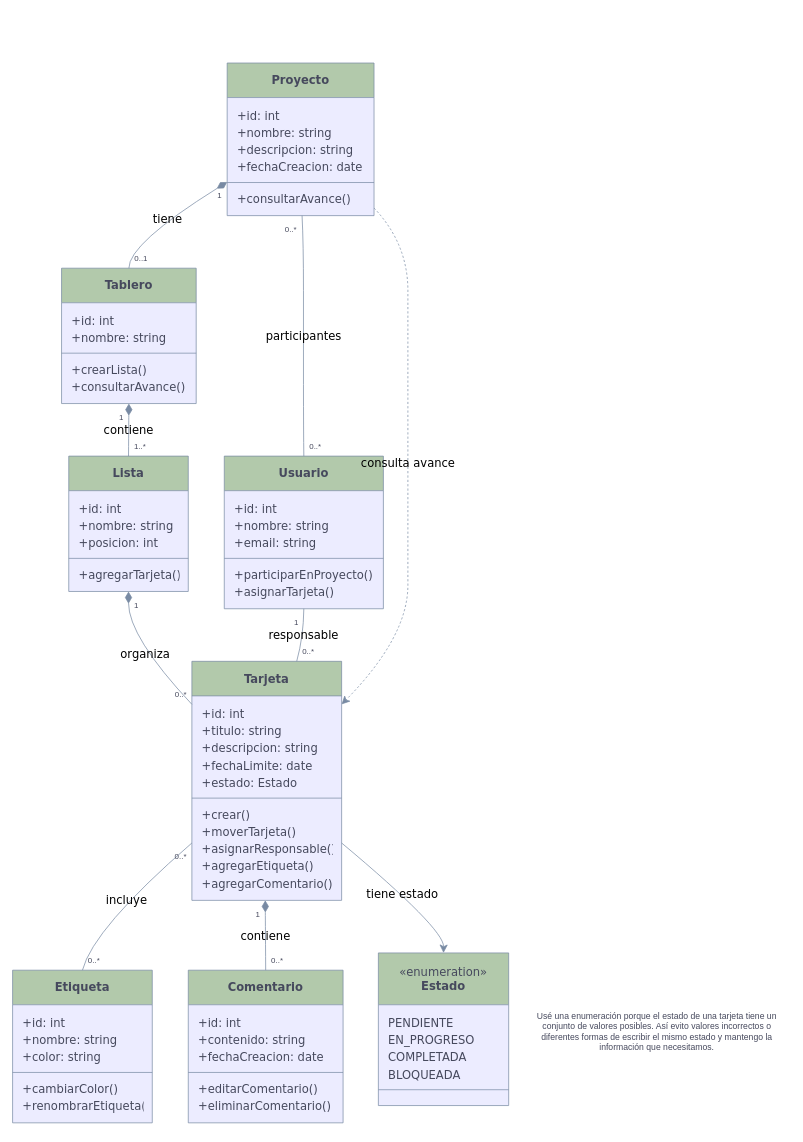
Earlier version of the draw.io diagram uml/trello.drawio (don-python/Gestion-de-Proyectos-Tipo-Trello-). Source tidied: cells renumbered, new cells numbered last; positions are measured from the earlier drawing's top-left corner, leaving out a move shared by most shapes. Both pictures are drawn from the tidied source at 72%, with x=0, y=0 at pixel (12, 12).
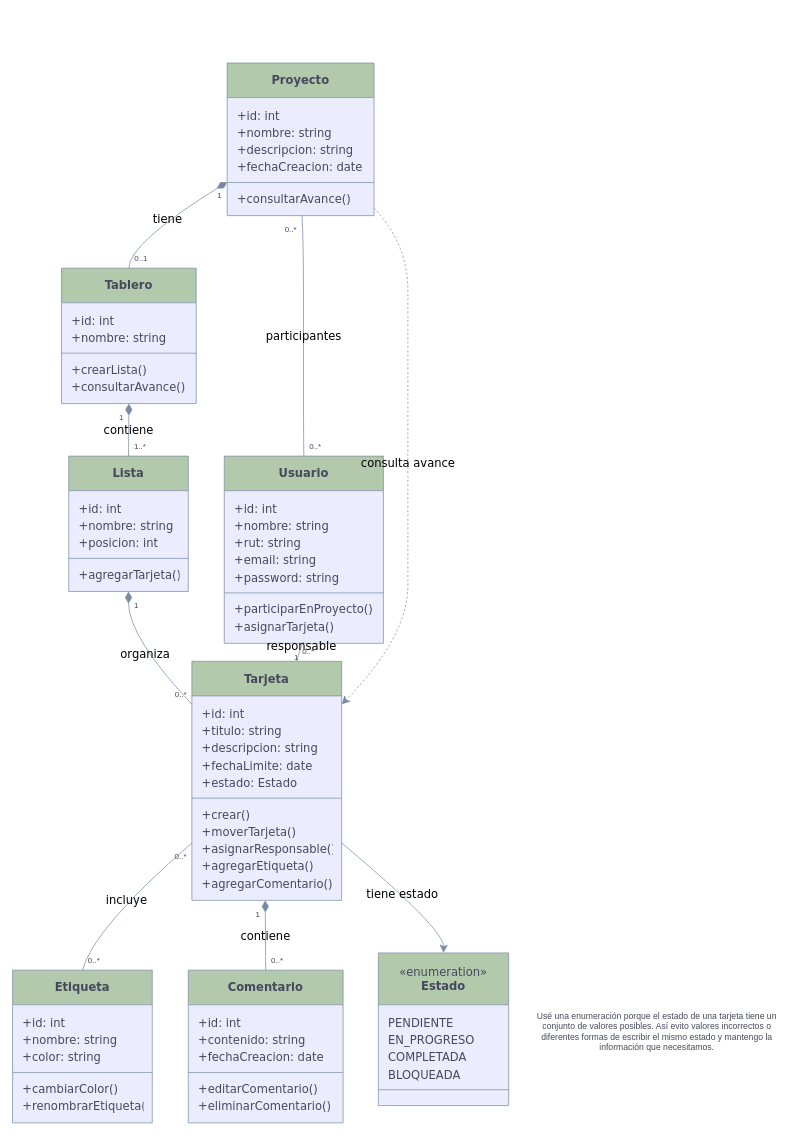
Above is the later version.

The change refers to these unchanged cells:
```xml
<mxCell id="2" style="group;transparentBounds=1;editIcon=1;lockedGroup=0;groupPadding=10;labelBackgroundColor=none;fontColor=#46495D;" parent="1" vertex="1">
  <mxGeometry x="390" height="1552" as="geometry" />
</mxCell>
```

What changed in the source:
```diff
@@
     <mxCell id="34" value="&lt;b&gt;Usuario&lt;/b&gt;" style="swimlane;html=1;fontStyle=0;fontSize=16;align=center;verticalAlign=middle;horizontal=1;startSize=48;swimlaneFillColor=light-dark(#ECECFF,#1f2020);whiteSpace=wrap;fillColor=#B2C9AB;strokeColor=#788AA3;fontColor=#46495D;fontFamily=Trebuchet MS,Verdana,Arial,sans-serif;labelBackgroundColor=none;" parent="2" vertex="1">
-      <mxGeometry x="-96" y="616" width="221" height="212" as="geometry" />
+      <mxGeometry x="-96" y="616" width="221" height="260" as="geometry" />
     </mxCell>
@@
-    <mxCell id="37" value="+email: string" style="text;fontSize=16;strokeColor=none;fillColor=none;align=left;verticalAlign=middle;spacingLeft=12;spacingRight=12;overflow=hidden;fontFamily=Trebuchet MS,Verdana,Arial,sans-serif;fontColor=#46495D;labelBackgroundColor=none;" parent="34" vertex="1">
+    <mxCell id="37" value="+rut: string" style="text;fontSize=16;strokeColor=none;fillColor=none;align=left;verticalAlign=middle;spacingLeft=12;spacingRight=12;overflow=hidden;fontFamily=Trebuchet MS,Verdana,Arial,sans-serif;fontColor=#46495D;labelBackgroundColor=none;" parent="34" vertex="1">
       <mxGeometry y="108" width="221" height="24" as="geometry" />
     </mxCell>
+    <mxCell id="85" value="+email: string" style="text;fontSize=16;strokeColor=none;fillColor=none;align=left;verticalAlign=middle;spacingLeft=12;spacingRight=12;overflow=hidden;fontFamily=Trebuchet MS,Verdana,Arial,sans-serif;fontColor=#46495D;labelBackgroundColor=none;" parent="34" vertex="1">
+      <mxGeometry y="132" width="221" height="24" as="geometry" />
+    </mxCell>
+    <mxCell id="86" value="+password: string" style="text;fontSize=16;strokeColor=none;fillColor=none;align=left;verticalAlign=middle;spacingLeft=12;spacingRight=12;overflow=hidden;fontFamily=Trebuchet MS,Verdana,Arial,sans-serif;fontColor=#46495D;labelBackgroundColor=none;" parent="34" vertex="1">
+      <mxGeometry y="156" width="221" height="24" as="geometry" />
+    </mxCell>
     <mxCell id="38" style="line;strokeWidth=1;fillColor=none;spacingLeft=3;spacingRight=3;strokeColor=#788AA3;labelBackgroundColor=none;fontColor=#46495D;" parent="34" vertex="1">
-      <mxGeometry y="132" width="221" height="20" as="geometry" />
+      <mxGeometry y="180" width="221" height="20" as="geometry" />
     </mxCell>
     <mxCell id="39" value="+participarEnProyecto()" style="text;fontSize=16;strokeColor=none;fillColor=none;align=left;verticalAlign=middle;spacingLeft=12;spacingRight=12;overflow=hidden;fontFamily=Trebuchet MS,Verdana,Arial,sans-serif;fontColor=#46495D;labelBackgroundColor=none;" parent="34" vertex="1">
-      <mxGeometry y="152" width="221" height="24" as="geometry" />
+      <mxGeometry y="200" width="221" height="24" as="geometry" />
     </mxCell>
     <mxCell id="40" value="+asignarTarjeta()" style="text;fontSize=16;strokeColor=none;fillColor=none;align=left;verticalAlign=middle;spacingLeft=12;spacingRight=12;overflow=hidden;fontFamily=Trebuchet MS,Verdana,Arial,sans-serif;fontColor=#46495D;labelBackgroundColor=none;" parent="34" vertex="1">
-      <mxGeometry y="176" width="221" height="24" as="geometry" />
+      <mxGeometry y="224" width="221" height="24" as="geometry" />
     </mxCell>
```
